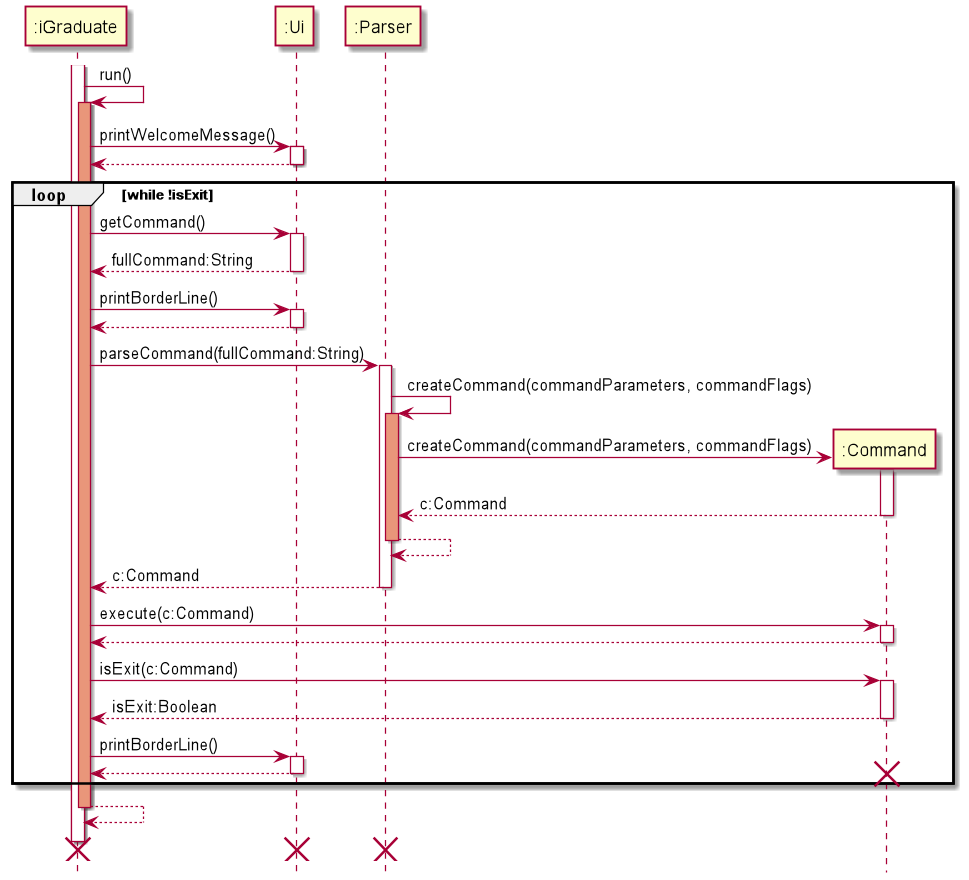
Above: docs/images/ExecutionSequenceDiagram.png in oscarlai1998/tp (PlantUML), before the change.
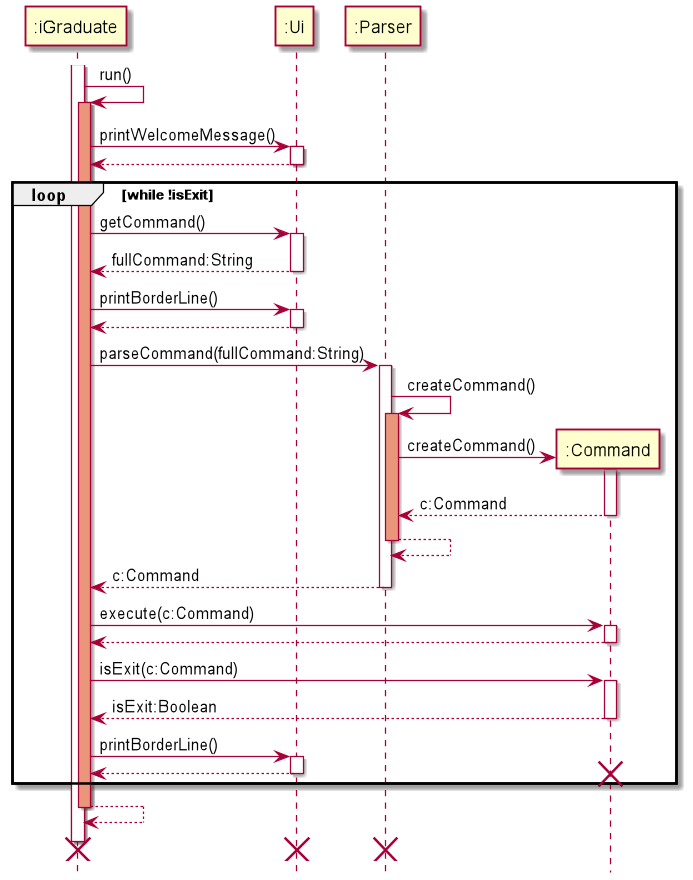
The same file after the commit.

Change to the diagram source:
```diff
@@ -26,11 +26,11 @@
 
     iGraduate -> parser: parseCommand(fullCommand:String)
     activate parser
-    parser -> parser: createCommand(commandParameters, commandFlags)
+    parser -> parser: createCommand()
     activate parser #DarkSalmon
 
     create command
-    parser -> command: createCommand(commandParameters, commandFlags)
+    parser -> command: createCommand()
     activate command
     return c:Command
     return
```
